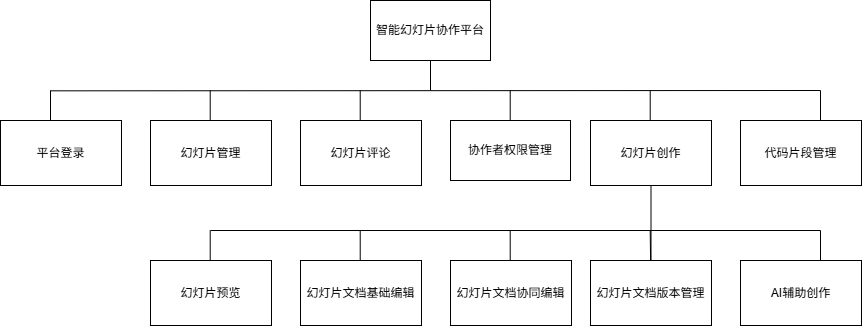
Above: figures/drawio/系统功能结构图-v2.drawio.png in agiantii/appt-thesis (draw.io), before the change. Source tidied: cells renumbered, new cells last; positions are measured from the earlier drawing's top-left corner, leaving out a move shared by most shapes. Source of this version:
```xml
<mxGraphModel>
  <root>
    <mxCell id="0" />
    <mxCell id="1" parent="0" />
    <mxCell id="2" value="智能幻灯片协作平台" style="rounded=0;whiteSpace=wrap;html=1;" parent="1" vertex="1">
      <mxGeometry x="370" width="120" height="60" as="geometry" />
    </mxCell>
    <mxCell id="3" value="平台登录" style="rounded=0;whiteSpace=wrap;html=1;" parent="1" vertex="1">
      <mxGeometry y="120" width="121" height="65" as="geometry" />
    </mxCell>
    <mxCell id="4" value="幻灯片管理" style="rounded=0;whiteSpace=wrap;html=1;" parent="1" vertex="1">
      <mxGeometry x="150" y="120" width="121" height="65" as="geometry" />
    </mxCell>
    <mxCell id="5" value="幻灯片评论" style="rounded=0;whiteSpace=wrap;html=1;" parent="1" vertex="1">
      <mxGeometry x="300" y="120" width="121" height="65" as="geometry" />
    </mxCell>
    <mxCell id="6" value="协作者权限管理" style="rounded=0;whiteSpace=wrap;html=1;" parent="1" vertex="1">
      <mxGeometry x="450" y="120" width="120" height="60" as="geometry" />
    </mxCell>
    <mxCell id="7" style="edgeStyle=none;html=1;rounded=0;curved=0;endArrow=none;endFill=0;" parent="1" edge="1" source="8" target="13">
      <mxGeometry relative="1" as="geometry" />
    </mxCell>
    <mxCell id="8" value="幻灯片创作" style="rounded=0;whiteSpace=wrap;html=1;" parent="1" vertex="1">
      <mxGeometry x="590" y="120" width="121" height="65" as="geometry" />
    </mxCell>
    <mxCell id="9" value="代码片段管理" style="rounded=0;whiteSpace=wrap;html=1;" parent="1" vertex="1">
      <mxGeometry x="740" y="120" width="121" height="65" as="geometry" />
    </mxCell>
    <mxCell id="10" value="&lt;span style=&quot;color: rgb(0, 0, 0);&quot;&gt;幻灯片预览&lt;/span&gt;" style="rounded=0;whiteSpace=wrap;html=1;" parent="1" vertex="1">
      <mxGeometry x="150" y="260" width="121" height="65" as="geometry" />
    </mxCell>
    <mxCell id="11" value="&lt;span style=&quot;color: rgb(0, 0, 0);&quot;&gt;幻灯片文档基础编辑&lt;/span&gt;" style="rounded=0;whiteSpace=wrap;html=1;" parent="1" vertex="1">
      <mxGeometry x="300" y="260" width="121" height="65" as="geometry" />
    </mxCell>
    <mxCell id="12" value="幻灯片文档协同编辑" style="rounded=0;whiteSpace=wrap;html=1;" parent="1" vertex="1">
      <mxGeometry x="450" y="260" width="121" height="65" as="geometry" />
    </mxCell>
    <mxCell id="13" value="幻灯片文档版本管理" style="rounded=0;whiteSpace=wrap;html=1;" parent="1" vertex="1">
      <mxGeometry x="590" y="260" width="121" height="65" as="geometry" />
    </mxCell>
    <mxCell id="14" value="AI辅助创作" style="rounded=0;whiteSpace=wrap;html=1;" parent="1" vertex="1">
      <mxGeometry x="740" y="260" width="121" height="65" as="geometry" />
    </mxCell>
    <mxCell id="15" style="group;" parent="1" vertex="1">
      <mxGeometry x="50" y="70" width="770" height="50" as="geometry" />
    </mxCell>
    <mxCell id="16" style="edgeStyle=none;html=1;rounded=0;curved=0;endArrow=none;endFill=0;entryX=0.5;entryY=1;entryDx=0;entryDy=0;" parent="15" edge="1" target="2">
      <mxGeometry relative="1" as="geometry">
        <mxPoint x="380" y="20" as="sourcePoint" />
      </mxGeometry>
    </mxCell>
    <mxCell id="17" style="edgeStyle=none;html=1;rounded=0;curved=0;endArrow=none;endFill=0;" parent="15" edge="1">
      <mxGeometry relative="1" as="geometry">
        <mxPoint y="20.3" as="sourcePoint" />
        <mxPoint x="770" y="20" as="targetPoint" />
      </mxGeometry>
    </mxCell>
    <mxCell id="18" style="edgeStyle=none;html=1;rounded=0;curved=0;endArrow=none;endFill=0;" parent="15" edge="1">
      <mxGeometry relative="1" as="geometry">
        <mxPoint y="50" as="sourcePoint" />
        <mxPoint y="20" as="targetPoint" />
      </mxGeometry>
    </mxCell>
    <mxCell id="19" style="edgeStyle=none;html=1;rounded=0;curved=0;endArrow=none;endFill=0;" parent="15" edge="1">
      <mxGeometry relative="1" as="geometry">
        <mxPoint x="159.7" y="50" as="sourcePoint" />
        <mxPoint x="159.7" y="20" as="targetPoint" />
      </mxGeometry>
    </mxCell>
    <mxCell id="20" style="edgeStyle=none;html=1;rounded=0;curved=0;endArrow=none;endFill=0;" parent="15" edge="1">
      <mxGeometry relative="1" as="geometry">
        <mxPoint x="309.7" y="50" as="sourcePoint" />
        <mxPoint x="309.7" y="20" as="targetPoint" />
      </mxGeometry>
    </mxCell>
    <mxCell id="21" style="edgeStyle=none;html=1;rounded=0;curved=0;endArrow=none;endFill=0;" parent="15" edge="1">
      <mxGeometry relative="1" as="geometry">
        <mxPoint x="459.7" y="50" as="sourcePoint" />
        <mxPoint x="459.7" y="20" as="targetPoint" />
      </mxGeometry>
    </mxCell>
    <mxCell id="22" style="edgeStyle=none;html=1;rounded=0;curved=0;endArrow=none;endFill=0;" parent="15" edge="1">
      <mxGeometry relative="1" as="geometry">
        <mxPoint x="599.7" y="50" as="sourcePoint" />
        <mxPoint x="599.7" y="20" as="targetPoint" />
      </mxGeometry>
    </mxCell>
    <mxCell id="23" style="edgeStyle=none;html=1;rounded=0;curved=0;endArrow=none;endFill=0;" parent="15" edge="1">
      <mxGeometry relative="1" as="geometry">
        <mxPoint x="770" y="50" as="sourcePoint" />
        <mxPoint x="770" y="20" as="targetPoint" />
      </mxGeometry>
    </mxCell>
    <mxCell id="24" style="edgeStyle=none;html=1;rounded=0;curved=0;endArrow=none;endFill=0;" parent="1" edge="1">
      <mxGeometry relative="1" as="geometry">
        <mxPoint x="210" y="230" as="sourcePoint" />
        <mxPoint x="820" y="230" as="targetPoint" />
      </mxGeometry>
    </mxCell>
    <mxCell id="25" style="edgeStyle=none;html=1;rounded=0;curved=0;endArrow=none;endFill=0;" parent="1" edge="1">
      <mxGeometry relative="1" as="geometry">
        <mxPoint x="209.7" y="260" as="sourcePoint" />
        <mxPoint x="209.7" y="230" as="targetPoint" />
      </mxGeometry>
    </mxCell>
    <mxCell id="26" style="edgeStyle=none;html=1;rounded=0;curved=0;endArrow=none;endFill=0;" parent="1" edge="1">
      <mxGeometry relative="1" as="geometry">
        <mxPoint x="359.7" y="260" as="sourcePoint" />
        <mxPoint x="359.7" y="230" as="targetPoint" />
      </mxGeometry>
    </mxCell>
    <mxCell id="27" style="edgeStyle=none;html=1;rounded=0;curved=0;endArrow=none;endFill=0;" parent="1" edge="1">
      <mxGeometry relative="1" as="geometry">
        <mxPoint x="509.7" y="260" as="sourcePoint" />
        <mxPoint x="509.7" y="230" as="targetPoint" />
      </mxGeometry>
    </mxCell>
    <mxCell id="28" style="edgeStyle=none;html=1;rounded=0;curved=0;endArrow=none;endFill=0;" parent="1" edge="1" source="13">
      <mxGeometry relative="1" as="geometry">
        <mxPoint x="649.7" y="230" as="targetPoint" />
      </mxGeometry>
    </mxCell>
    <mxCell id="29" style="edgeStyle=none;html=1;rounded=0;curved=0;endArrow=none;endFill=0;" parent="1" edge="1">
      <mxGeometry relative="1" as="geometry">
        <mxPoint x="820" y="260" as="sourcePoint" />
        <mxPoint x="820" y="230" as="targetPoint" />
      </mxGeometry>
    </mxCell>
  </root>
</mxGraphModel>
```
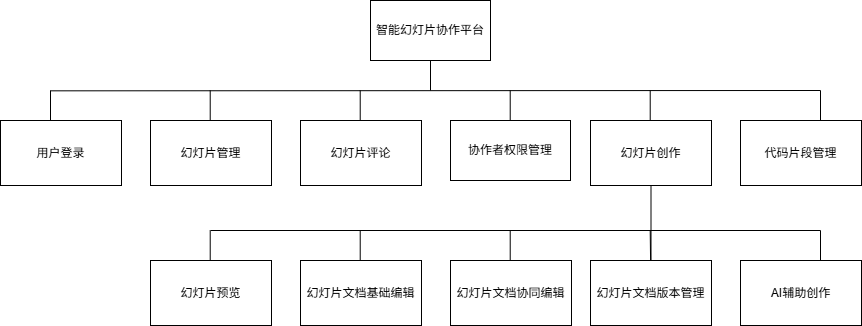
Above is the later version.

Commit message:
thesis:修改 平台登录 功能模块 改为用户登录

Change to the diagram source:
```diff
@@ -5,7 +5,7 @@
     <mxCell id="2" value="智能幻灯片协作平台" style="rounded=0;whiteSpace=wrap;html=1;" parent="1" vertex="1">
       <mxGeometry x="370" width="120" height="60" as="geometry" />
     </mxCell>
-    <mxCell id="3" value="平台登录" style="rounded=0;whiteSpace=wrap;html=1;" parent="1" vertex="1">
+    <mxCell id="3" value="用户登录" style="rounded=0;whiteSpace=wrap;html=1;" parent="1" vertex="1">
       <mxGeometry y="120" width="121" height="65" as="geometry" />
     </mxCell>
     <mxCell id="4" value="幻灯片管理" style="rounded=0;whiteSpace=wrap;html=1;" parent="1" vertex="1">
```
